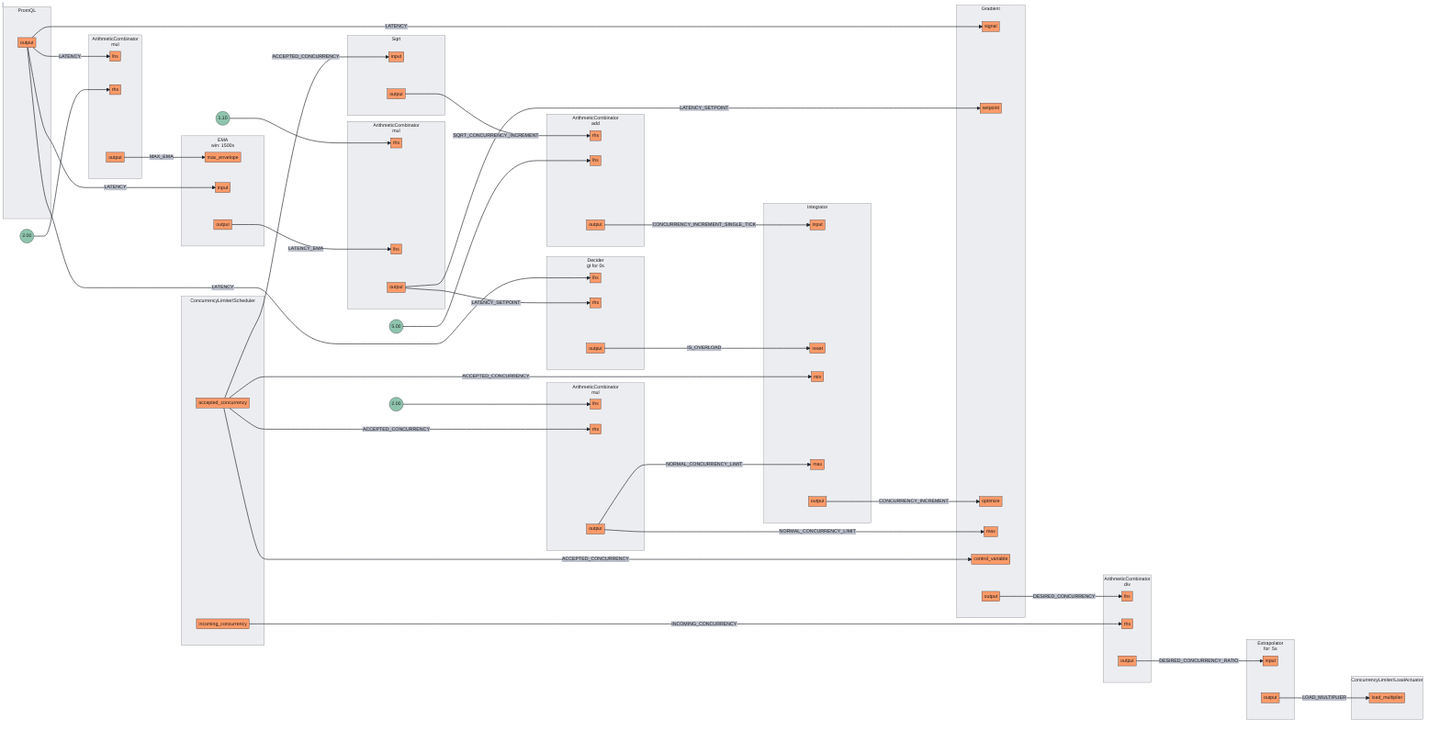
Above: docs/content/tutorials/integrations/flow-control/concurrency-limiting/assets/basic-concurrency-limiting/basic-concurrency-limiting.mmd.png in dataongunlaws/aperture (Mermaid), before the change. Its source is kept beside it as docs/content/tutorials/integrations/flow-control/concurrency-limiting/assets/basic-concurrency-limiting/basic-concurrency-limiting.mmd. The source it was exported from:
```mermaid
flowchart LR
subgraph 0[<center>ArithmeticCombinator<br/>mul</center>]
subgraph 0_inports[ ]
style 0_inports fill:none,stroke:none
0lhs[lhs]
0rhs[rhs]
end
subgraph 0_outports[ ]
style 0_outports fill:none,stroke:none
0output[output]
end
end
FakeConstant0((2.00))
FakeConstant0 --> 0rhs
subgraph 1[<center>ArithmeticCombinator<br/>mul</center>]
subgraph 1_inports[ ]
style 1_inports fill:none,stroke:none
1rhs[rhs]
1lhs[lhs]
end
subgraph 1_outports[ ]
style 1_outports fill:none,stroke:none
1output[output]
end
end
FakeConstant1((1.10))
FakeConstant1 --> 1rhs
subgraph 2[<center>ArithmeticCombinator<br/>div</center>]
subgraph 2_inports[ ]
style 2_inports fill:none,stroke:none
2lhs[lhs]
2rhs[rhs]
end
subgraph 2_outports[ ]
style 2_outports fill:none,stroke:none
2output[output]
end
end
subgraph 3[<center>ArithmeticCombinator<br/>mul</center>]
subgraph 3_inports[ ]
style 3_inports fill:none,stroke:none
3lhs[lhs]
3rhs[rhs]
end
subgraph 3_outports[ ]
style 3_outports fill:none,stroke:none
3output[output]
end
end
FakeConstant2((2.00))
FakeConstant2 --> 3lhs
subgraph 4[<center>ArithmeticCombinator<br/>add</center>]
subgraph 4_inports[ ]
style 4_inports fill:none,stroke:none
4rhs[rhs]
4lhs[lhs]
end
subgraph 4_outports[ ]
style 4_outports fill:none,stroke:none
4output[output]
end
end
FakeConstant3((5.00))
FakeConstant3 --> 4lhs
subgraph 5[Integrator]
subgraph 5_inports[ ]
style 5_inports fill:none,stroke:none
5input[input]
5reset[reset]
5min[min]
5max[max]
end
subgraph 5_outports[ ]
style 5_outports fill:none,stroke:none
5output[output]
end
end
subgraph 6[Sqrt]
subgraph 6_inports[ ]
style 6_inports fill:none,stroke:none
6input[input]
end
subgraph 6_outports[ ]
style 6_outports fill:none,stroke:none
6output[output]
end
end
subgraph 7[PromQL]
subgraph 7_outports[ ]
style 7_outports fill:none,stroke:none
7output[output]
end
end
subgraph 8[<center>EMA<br/>win: 1500s</center>]
subgraph 8_inports[ ]
style 8_inports fill:none,stroke:none
8max_envelope[max_envelope]
8input[input]
end
subgraph 8_outports[ ]
style 8_outports fill:none,stroke:none
8output[output]
end
end
subgraph 9[Gradient]
subgraph 9_inports[ ]
style 9_inports fill:none,stroke:none
9signal[signal]
9setpoint[setpoint]
9optimize[optimize]
9max[max]
9control_variable[control_variable]
end
subgraph 9_outports[ ]
style 9_outports fill:none,stroke:none
9output[output]
end
end
subgraph 10[<center>Extrapolator<br/>for: 5s</center>]
subgraph 10_inports[ ]
style 10_inports fill:none,stroke:none
10input[input]
end
subgraph 10_outports[ ]
style 10_outports fill:none,stroke:none
10output[output]
end
end
subgraph 11.Scheduler[ConcurrencyLimiter/Scheduler]
subgraph 11.Scheduler_outports[ ]
style 11.Scheduler_outports fill:none,stroke:none
11.Scheduleraccepted_concurrency[accepted_concurrency]
11.Schedulerincoming_concurrency[incoming_concurrency]
end
end
subgraph 11.LoadActuator[ConcurrencyLimiter/LoadActuator]
subgraph 11.LoadActuator_inports[ ]
style 11.LoadActuator_inports fill:none,stroke:none
11.LoadActuatorload_multiplier[load_multiplier]
end
end
subgraph 12[<center>Decider<br/>gt for 0s</center>]
subgraph 12_inports[ ]
style 12_inports fill:none,stroke:none
12lhs[lhs]
12rhs[rhs]
end
subgraph 12_outports[ ]
style 12_outports fill:none,stroke:none
12output[output]
end
end
4output --> |CONCURRENCY_INCREMENT_SINGLE_TICK| 5input
11.Scheduleraccepted_concurrency --> |ACCEPTED_CONCURRENCY| 3rhs
11.Scheduleraccepted_concurrency --> |ACCEPTED_CONCURRENCY| 5min
11.Scheduleraccepted_concurrency --> |ACCEPTED_CONCURRENCY| 6input
11.Scheduleraccepted_concurrency --> |ACCEPTED_CONCURRENCY| 9control_variable
11.Schedulerincoming_concurrency --> |INCOMING_CONCURRENCY| 2rhs
2output --> |DESIRED_CONCURRENCY_RATIO| 10input
10output --> |LOAD_MULTIPLIER| 11.LoadActuatorload_multiplier
7output --> |LATENCY| 0lhs
7output --> |LATENCY| 8input
7output --> |LATENCY| 9signal
7output --> |LATENCY| 12lhs
9output --> |DESIRED_CONCURRENCY| 2lhs
12output --> |IS_OVERLOAD| 5reset
0output --> |MAX_EMA| 8max_envelope
5output --> |CONCURRENCY_INCREMENT| 9optimize
6output --> |SQRT_CONCURRENCY_INCREMENT| 4rhs
8output --> |LATENCY_EMA| 1lhs
1output --> |LATENCY_SETPOINT| 9setpoint
1output --> |LATENCY_SETPOINT| 12rhs
3output --> |NORMAL_CONCURRENCY_LIMIT| 5max
3output --> |NORMAL_CONCURRENCY_LIMIT| 9max
```
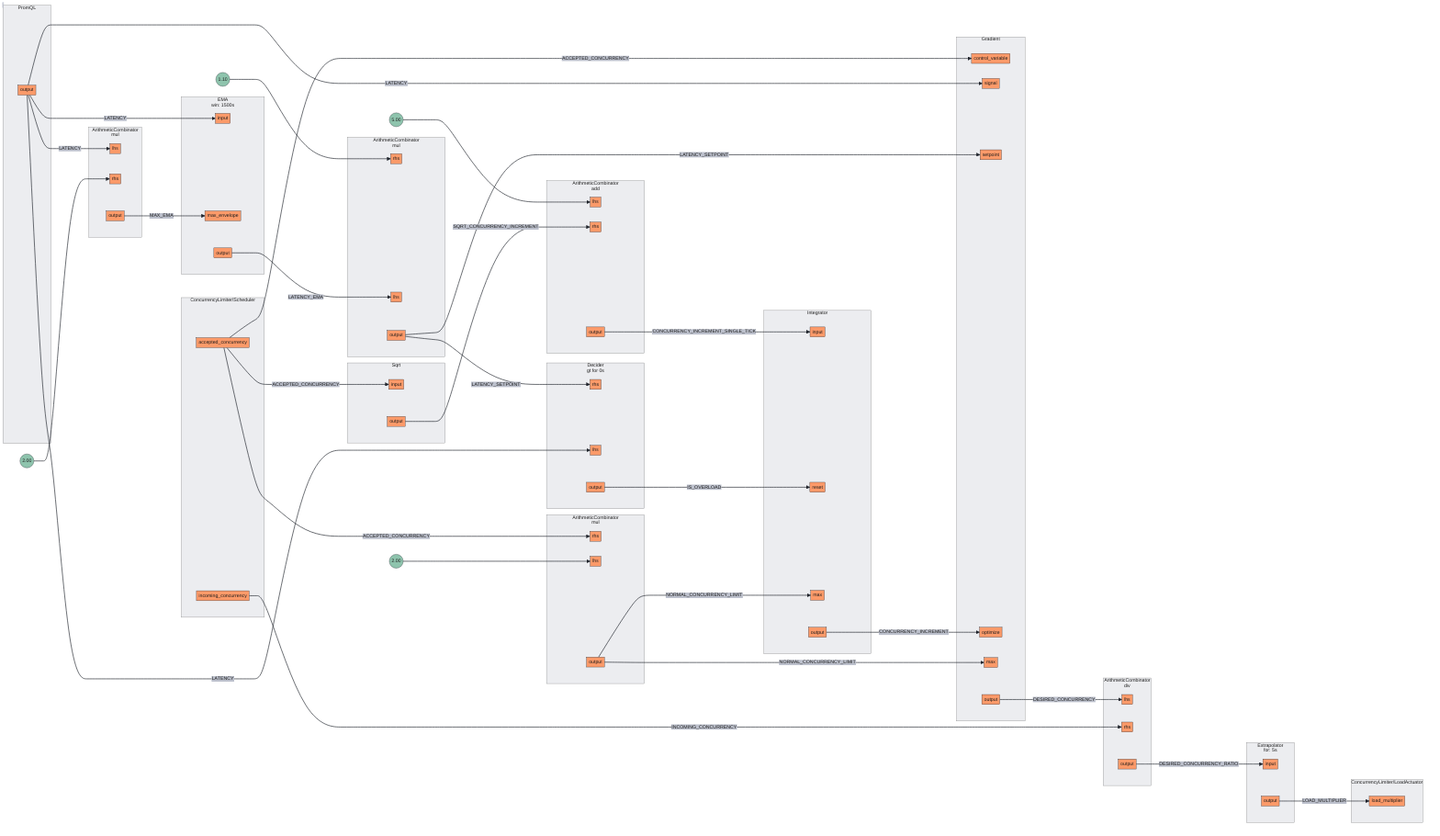
Later version of the same file.

Diff of the diagram source:
```diff
@@ -39,8 +39,8 @@
 subgraph 3[<center>ArithmeticCombinator<br/>mul</center>]
 subgraph 3_inports[ ]
 style 3_inports fill:none,stroke:none
+3rhs[rhs]
 3lhs[lhs]
-3rhs[rhs]
 end
 subgraph 3_outports[ ]
 style 3_outports fill:none,stroke:none
@@ -52,8 +52,8 @@
 subgraph 4[<center>ArithmeticCombinator<br/>add</center>]
 subgraph 4_inports[ ]
 style 4_inports fill:none,stroke:none
+4lhs[lhs]
 4rhs[rhs]
-4lhs[lhs]
 end
 subgraph 4_outports[ ]
 style 4_outports fill:none,stroke:none
@@ -67,7 +67,6 @@
 style 5_inports fill:none,stroke:none
 5input[input]
 5reset[reset]
-5min[min]
 5max[max]
 end
 subgraph 5_outports[ ]
@@ -94,8 +93,8 @@
 subgraph 8[<center>EMA<br/>win: 1500s</center>]
 subgraph 8_inports[ ]
 style 8_inports fill:none,stroke:none
+8input[input]
 8max_envelope[max_envelope]
-8input[input]
 end
 subgraph 8_outports[ ]
 style 8_outports fill:none,stroke:none
@@ -105,11 +104,11 @@
 subgraph 9[Gradient]
 subgraph 9_inports[ ]
 style 9_inports fill:none,stroke:none
+9control_variable[control_variable]
 9signal[signal]
 9setpoint[setpoint]
 9optimize[optimize]
 9max[max]
-9control_variable[control_variable]
 end
 subgraph 9_outports[ ]
 style 9_outports fill:none,stroke:none
@@ -129,8 +128,8 @@
 subgraph 11.Scheduler[ConcurrencyLimiter/Scheduler]
 subgraph 11.Scheduler_outports[ ]
 style 11.Scheduler_outports fill:none,stroke:none
+11.Schedulerincoming_concurrency[incoming_concurrency]
 11.Scheduleraccepted_concurrency[accepted_concurrency]
-11.Schedulerincoming_concurrency[incoming_concurrency]
 end
 end
 subgraph 11.LoadActuator[ConcurrencyLimiter/LoadActuator]
@@ -142,33 +141,32 @@
 subgraph 12[<center>Decider<br/>gt for 0s</center>]
 subgraph 12_inports[ ]
 style 12_inports fill:none,stroke:none
+12rhs[rhs]
 12lhs[lhs]
-12rhs[rhs]
 end
 subgraph 12_outports[ ]
 style 12_outports fill:none,stroke:none
 12output[output]
 end
 end
+0output --> |MAX_EMA| 8max_envelope
 4output --> |CONCURRENCY_INCREMENT_SINGLE_TICK| 5input
-11.Scheduleraccepted_concurrency --> |ACCEPTED_CONCURRENCY| 3rhs
-11.Scheduleraccepted_concurrency --> |ACCEPTED_CONCURRENCY| 5min
-11.Scheduleraccepted_concurrency --> |ACCEPTED_CONCURRENCY| 6input
-11.Scheduleraccepted_concurrency --> |ACCEPTED_CONCURRENCY| 9control_variable
+6output --> |SQRT_CONCURRENCY_INCREMENT| 4rhs
+8output --> |LATENCY_EMA| 1lhs
 11.Schedulerincoming_concurrency --> |INCOMING_CONCURRENCY| 2rhs
+1output --> |LATENCY_SETPOINT| 9setpoint
+1output --> |LATENCY_SETPOINT| 12rhs
 2output --> |DESIRED_CONCURRENCY_RATIO| 10input
-10output --> |LOAD_MULTIPLIER| 11.LoadActuatorload_multiplier
+3output --> |NORMAL_CONCURRENCY_LIMIT| 5max
+3output --> |NORMAL_CONCURRENCY_LIMIT| 9max
+5output --> |CONCURRENCY_INCREMENT| 9optimize
 7output --> |LATENCY| 0lhs
 7output --> |LATENCY| 8input
 7output --> |LATENCY| 9signal
 7output --> |LATENCY| 12lhs
 9output --> |DESIRED_CONCURRENCY| 2lhs
+10output --> |LOAD_MULTIPLIER| 11.LoadActuatorload_multiplier
+11.Scheduleraccepted_concurrency --> |ACCEPTED_CONCURRENCY| 3rhs
+11.Scheduleraccepted_concurrency --> |ACCEPTED_CONCURRENCY| 6input
+11.Scheduleraccepted_concurrency --> |ACCEPTED_CONCURRENCY| 9control_variable
 12output --> |IS_OVERLOAD| 5reset
-0output --> |MAX_EMA| 8max_envelope
-5output --> |CONCURRENCY_INCREMENT| 9optimize
-6output --> |SQRT_CONCURRENCY_INCREMENT| 4rhs
-8output --> |LATENCY_EMA| 1lhs
-1output --> |LATENCY_SETPOINT| 9setpoint
-1output --> |LATENCY_SETPOINT| 12rhs
-3output --> |NORMAL_CONCURRENCY_LIMIT| 5max
-3output --> |NORMAL_CONCURRENCY_LIMIT| 9max
```
